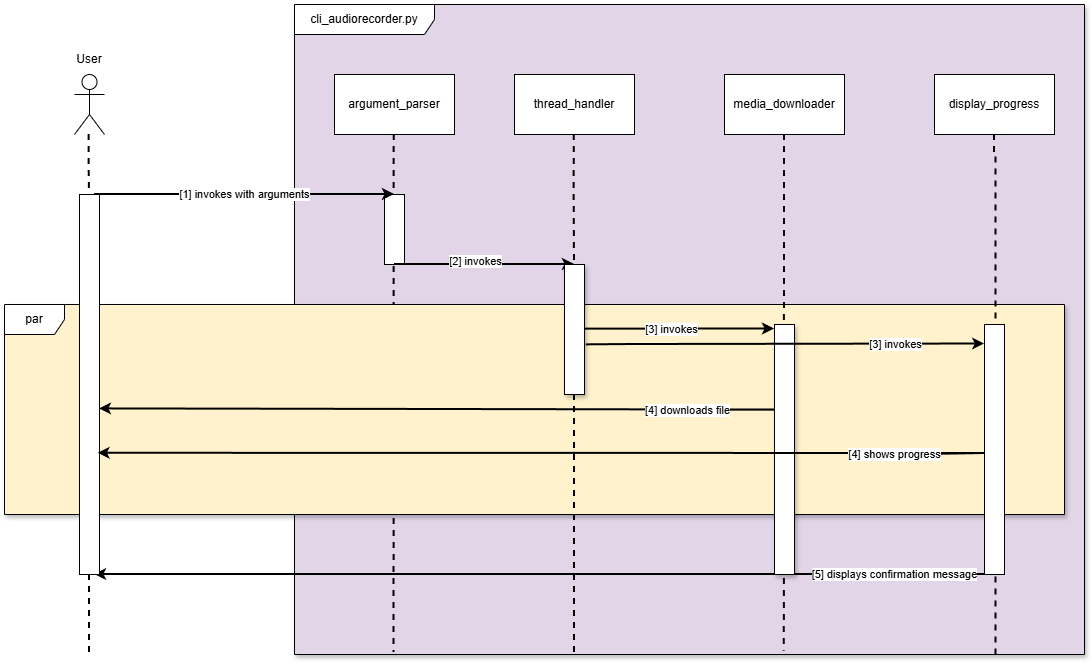
This is Sequenzdiagramm.drawio.png from maikgerdes/file-downloader, a draw.io export, as it was before one commit. Source tidied: cells renumbered, new cells last; positions are measured from the earlier drawing's top-left corner, leaving out a move shared by most shapes.
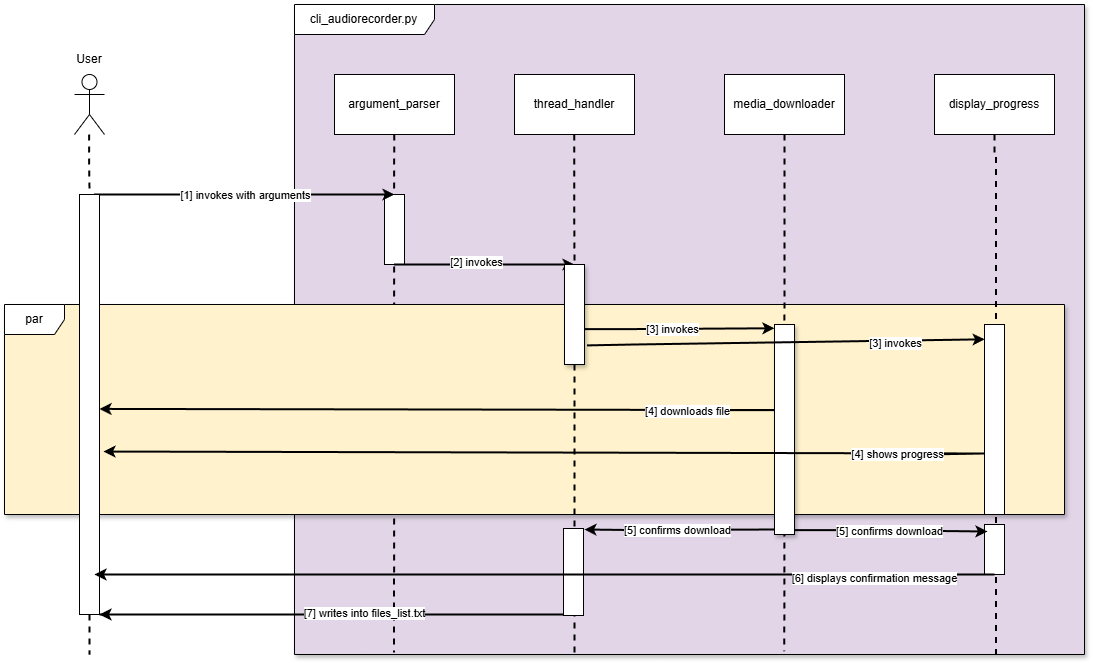
The same diagram one commit later.

Commit message:
Features hinzugefügt: - relativer Dateipfad kann zusätzlich als Option im Parser eingegeben werden - Nach erfolgreichem Download wird der Filepath + Timestamp in files_list.txt geschrieben

Diff of the diagram source:
```diff
@@ -73,20 +73,6 @@
         <mxPoint x="207" as="offset" />
       </mxGeometry>
     </mxCell>
-    <mxCell id="19" style="endArrow=classic;html=1;rounded=0;strokeWidth=2;" parent="1" edge="1">
-      <mxGeometry relative="1" as="geometry">
-        <mxPoint x="510" y="570" as="sourcePoint" />
-        <mxPoint x="90" y="570" as="targetPoint" />
-        <Array as="points">
-          <mxPoint x="990" y="570" />
-        </Array>
-      </mxGeometry>
-    </mxCell>
-    <mxCell id="20" value="[5] displays confirmation message" style="edgeLabel;html=1;align=center;verticalAlign=middle;" parent="19" vertex="1">
-      <mxGeometry x="-0.07" y="1" relative="1" as="geometry">
-        <mxPoint x="64" y="-1" as="offset" />
-      </mxGeometry>
-    </mxCell>
     <mxCell id="21" style="endArrow=classic;html=1;rounded=0;strokeWidth=2;" parent="1" edge="1">
       <mxGeometry relative="1" as="geometry">
         <mxPoint x="90" y="190" as="sourcePoint" />
@@ -101,8 +87,9 @@
         <mxPoint x="10" y="1" as="offset" />
       </mxGeometry>
     </mxCell>
-    <mxCell id="23" style="edgeStyle=orthogonalEdgeStyle;rounded=0;jettySize=auto;html=1;strokeWidth=2;dashed=1;endArrow=none;endFill=0;" parent="1" edge="1" source="29">
+    <mxCell id="23" style="edgeStyle=orthogonalEdgeStyle;rounded=0;orthogonalLoop=1;jettySize=auto;html=1;strokeWidth=2;dashed=1;endArrow=none;endFill=0;" parent="1" edge="1">
       <mxGeometry relative="1" as="geometry">
+        <mxPoint x="570" y="570" as="sourcePoint" />
         <mxPoint x="570" y="650" as="targetPoint" />
       </mxGeometry>
     </mxCell>
@@ -120,7 +107,7 @@
       </mxGeometry>
     </mxCell>
     <mxCell id="27" style="rounded=0;whiteSpace=wrap;html=1;" parent="1" vertex="1">
-      <mxGeometry x="75" y="190" width="20" height="380" as="geometry" />
+      <mxGeometry x="75" y="190" width="20" height="420" as="geometry" />
     </mxCell>
     <mxCell id="28" style="edgeStyle=orthogonalEdgeStyle;rounded=0;jettySize=auto;html=1;strokeWidth=2;dashed=1;endArrow=none;endFill=0;" parent="1" edge="1" target="29">
       <mxGeometry relative="1" as="geometry">
@@ -128,15 +115,12 @@
       </mxGeometry>
     </mxCell>
     <mxCell id="29" style="rounded=0;whiteSpace=wrap;html=1;shadow=1;" parent="1" vertex="1">
-      <mxGeometry x="560" y="260" width="20" height="130" as="geometry" />
+      <mxGeometry x="560" y="260" width="20" height="100" as="geometry" />
     </mxCell>
     <mxCell id="30" style="rounded=0;whiteSpace=wrap;html=1;shadow=1;" parent="1" vertex="1">
-      <mxGeometry x="770" y="320" width="20" height="250" as="geometry" />
+      <mxGeometry x="770" y="320" width="20" height="210" as="geometry" />
     </mxCell>
-    <mxCell id="31" style="rounded=0;whiteSpace=wrap;html=1;" parent="1" vertex="1">
-      <mxGeometry x="980" y="330" width="20" height="240" as="geometry" />
-    </mxCell>
-    <mxCell id="32" style="endArrow=classic;html=1;rounded=0;entryX=0.925;entryY=0.681;entryDx=0;entryDy=0;entryPerimeter=0;strokeWidth=2;" parent="1" edge="1" target="27">
+    <mxCell id="32" style="endArrow=classic;html=1;rounded=0;entryX=1.2;entryY=0.612;entryDx=0;entryDy=0;entryPerimeter=0;strokeWidth=2;" parent="1" edge="1" target="27">
       <mxGeometry relative="1" as="geometry">
         <mxPoint x="920" y="450" as="sourcePoint" />
         <Array as="points">
@@ -153,9 +137,9 @@
       <mxGeometry x="55" y="40" width="60" height="30" as="geometry" />
     </mxCell>
     <mxCell id="35" style="rounded=0;whiteSpace=wrap;html=1;" parent="1" vertex="1">
-      <mxGeometry x="980" y="320" width="20" height="250" as="geometry" />
+      <mxGeometry x="980" y="320" width="20" height="190" as="geometry" />
     </mxCell>
-    <mxCell id="36" style="endArrow=classic;html=1;rounded=0;entryX=0.008;entryY=0.078;entryDx=0;entryDy=0;entryPerimeter=0;strokeWidth=2;exitX=1.092;exitY=0.618;exitDx=0;exitDy=0;exitPerimeter=0;" parent="1" edge="1" source="29" target="35">
+    <mxCell id="36" style="endArrow=classic;html=1;rounded=0;entryX=0.008;entryY=0.078;entryDx=0;entryDy=0;entryPerimeter=0;strokeWidth=2;exitX=1.127;exitY=0.809;exitDx=0;exitDy=0;exitPerimeter=0;" parent="1" edge="1" source="29" target="35">
       <mxGeometry relative="1" as="geometry">
         <Array as="points">
           <mxPoint x="630" y="340" />
@@ -170,5 +154,77 @@
         <mxPoint x="115" y="1" as="offset" />
       </mxGeometry>
     </mxCell>
+    <mxCell id="39" style="edgeStyle=orthogonalEdgeStyle;rounded=0;jettySize=auto;html=1;strokeWidth=2;dashed=1;endArrow=none;endFill=0;" parent="1" edge="1" source="29">
+      <mxGeometry relative="1" as="geometry">
+        <mxPoint x="570" y="570" as="targetPoint" />
+      </mxGeometry>
+    </mxCell>
+    <mxCell id="40" style="endArrow=classic;html=1;rounded=0;strokeWidth=2;" parent="1" edge="1">
+      <mxGeometry relative="1" as="geometry">
+        <mxPoint x="95" y="610" as="sourcePoint" />
+        <mxPoint x="95" y="610" as="targetPoint" />
+        <Array as="points">
+          <mxPoint x="575" y="610" />
+        </Array>
+      </mxGeometry>
+    </mxCell>
+    <mxCell id="41" value="[7] writes into files_list.txt" style="edgeLabel;html=1;align=center;verticalAlign=middle;" parent="40" vertex="1">
+      <mxGeometry x="-0.07" y="1" relative="1" as="geometry">
+        <mxPoint x="-183" y="-1" as="offset" />
+      </mxGeometry>
+    </mxCell>
+    <mxCell id="42" style="rounded=0;whiteSpace=wrap;html=1;rotation=90;" parent="1" vertex="1">
+      <mxGeometry x="965" y="535" width="50" height="20" as="geometry" />
+    </mxCell>
+    <mxCell id="43" style="endArrow=classic;html=1;rounded=0;entryX=0.14;entryY=0.85;entryDx=0;entryDy=0;entryPerimeter=0;strokeWidth=2;" parent="1" edge="1" target="42">
+      <mxGeometry relative="1" as="geometry">
+        <mxPoint x="790" y="525.6" as="sourcePoint" />
+        <Array as="points">
+          <mxPoint x="850" y="525.6" />
+        </Array>
+      </mxGeometry>
+    </mxCell>
+    <mxCell id="44" value="&lt;span style=&quot;color: rgba(0, 0, 0, 0); font-family: monospace; font-size: 0px; text-align: start; background-color: rgb(236, 236, 236);&quot;&gt;%3CmxGraphModel%3E%3Croot%3E%3CmxCell%20id%3D%220%22%2F%3E%3CmxCell%20id%3D%221%22%20parent%3D%220%22%2F%3E%3CmxCell%20id%3D%222%22%20parent%3D%221%22%20style%3D%22text%3Bhtml%3D1%3BwhiteSpace%3Dwrap%3BstrokeColor%3Dlight-dark(transparent%2C%2333FF99)%3BfillColor%3Dnone%3Balign%3Dcenter%3BverticalAlign%3Dmiddle%3Brounded%3D0%3B%22%20value%3D%22%26lt%3Bfont%20style%3D%26quot%3Bcolor%3A%20light-dark(rgb(0%2C%200%2C%200)%2C%20rgb(79%2C%20255%2C%20249))%3B%26quot%3B%26gt%3Binvokes%26lt%3B%2Ffont%26gt%3B%22%20vertex%3D%221%22%3E%3CmxGeometry%20height%3D%2230%22%20width%3D%2260%22%20x%3D%22320%22%20y%3D%22295%22%20as%3D%22geometry%22%2F%3E%3C%2FmxCell%3E%3C%2Froot%3E%3C%2FmxGraphModel%3E&lt;/span&gt;&lt;span style=&quot;color: rgba(0, 0, 0, 0); font-family: monospace; font-size: 0px; text-align: start; background-color: rgb(236, 236, 236);&quot;&gt;%3CmxGraphModel%3E%3Croot%3E%3CmxCell%20id%3D%220%22%2F%3E%3CmxCell%20id%3D%221%22%20parent%3D%220%22%2F%3E%3CmxCell%20id%3D%222%22%20parent%3D%221%22%20style%3D%22text%3Bhtml%3D1%3BwhiteSpace%3Dwrap%3BstrokeColor%3Dlight-dark(transparent%2C%2333FF99)%3BfillColor%3Dnone%3Balign%3Dcenter%3BverticalAlign%3Dmiddle%3Brounded%3D0%3B%22%20value%3D%22%26lt%3Bfont%20style%3D%26quot%3Bcolor%3A%20light-dark(rgb(0%2C%200%2C%200)%2C%20rgb(79%2C%20255%2C%20249))%3B%26quot%3B%26gt%3Binvokes%26lt%3B%2Ffont%26gt%3B%22%20vertex%3D%221%22%3E%3CmxGeometry%20height%3D%2230%22%20width%3D%2260%22%20x%3D%22320%22%20y%3D%22295%22%20as%3D%22geometry%22%2F%3E%3C%2FmxCell%3E%3C%2Froot%3E%3C%2FmxGraphModel%3Ein&lt;/span&gt;" style="edgeLabel;html=1;align=center;verticalAlign=middle;" parent="43" vertex="1">
+      <mxGeometry x="-0.01" y="-1" relative="1" as="geometry" />
+    </mxCell>
+    <mxCell id="45" value="[5] confirms download" style="edgeLabel;html=1;align=center;verticalAlign=middle;" parent="43" vertex="1">
+      <mxGeometry x="-0.03" y="1" relative="1" as="geometry">
+        <mxPoint y="1" as="offset" />
+      </mxGeometry>
+    </mxCell>
+    <mxCell id="46" style="endArrow=none;html=1;rounded=0;entryX=0;entryY=0.018;entryDx=0;entryDy=0;entryPerimeter=0;strokeWidth=2;endFill=0;startArrow=classic;startFill=1;" parent="1" edge="1">
+      <mxGeometry relative="1" as="geometry">
+        <mxPoint x="580" y="525" as="sourcePoint" />
+        <mxPoint x="770" y="525" as="targetPoint" />
+        <Array as="points">
+          <mxPoint x="630" y="525.6" />
+        </Array>
+      </mxGeometry>
+    </mxCell>
+    <mxCell id="47" value="&lt;span style=&quot;color: rgba(0, 0, 0, 0); font-family: monospace; font-size: 0px; text-align: start; background-color: rgb(236, 236, 236);&quot;&gt;%3CmxGraphModel%3E%3Croot%3E%3CmxCell%20id%3D%220%22%2F%3E%3CmxCell%20id%3D%221%22%20parent%3D%220%22%2F%3E%3CmxCell%20id%3D%222%22%20parent%3D%221%22%20style%3D%22text%3Bhtml%3D1%3BwhiteSpace%3Dwrap%3BstrokeColor%3Dlight-dark(transparent%2C%2333FF99)%3BfillColor%3Dnone%3Balign%3Dcenter%3BverticalAlign%3Dmiddle%3Brounded%3D0%3B%22%20value%3D%22%26lt%3Bfont%20style%3D%26quot%3Bcolor%3A%20light-dark(rgb(0%2C%200%2C%200)%2C%20rgb(79%2C%20255%2C%20249))%3B%26quot%3B%26gt%3Binvokes%26lt%3B%2Ffont%26gt%3B%22%20vertex%3D%221%22%3E%3CmxGeometry%20height%3D%2230%22%20width%3D%2260%22%20x%3D%22320%22%20y%3D%22295%22%20as%3D%22geometry%22%2F%3E%3C%2FmxCell%3E%3C%2Froot%3E%3C%2FmxGraphModel%3E&lt;/span&gt;&lt;span style=&quot;color: rgba(0, 0, 0, 0); font-family: monospace; font-size: 0px; text-align: start; background-color: rgb(236, 236, 236);&quot;&gt;%3CmxGraphModel%3E%3Croot%3E%3CmxCell%20id%3D%220%22%2F%3E%3CmxCell%20id%3D%221%22%20parent%3D%220%22%2F%3E%3CmxCell%20id%3D%222%22%20parent%3D%221%22%20style%3D%22text%3Bhtml%3D1%3BwhiteSpace%3Dwrap%3BstrokeColor%3Dlight-dark(transparent%2C%2333FF99)%3BfillColor%3Dnone%3Balign%3Dcenter%3BverticalAlign%3Dmiddle%3Brounded%3D0%3B%22%20value%3D%22%26lt%3Bfont%20style%3D%26quot%3Bcolor%3A%20light-dark(rgb(0%2C%200%2C%200)%2C%20rgb(79%2C%20255%2C%20249))%3B%26quot%3B%26gt%3Binvokes%26lt%3B%2Ffont%26gt%3B%22%20vertex%3D%221%22%3E%3CmxGeometry%20height%3D%2230%22%20width%3D%2260%22%20x%3D%22320%22%20y%3D%22295%22%20as%3D%22geometry%22%2F%3E%3C%2FmxCell%3E%3C%2Froot%3E%3C%2FmxGraphModel%3Ein&lt;/span&gt;" style="edgeLabel;html=1;align=center;verticalAlign=middle;" parent="46" vertex="1">
+      <mxGeometry x="-0.01" y="-1" relative="1" as="geometry" />
+    </mxCell>
+    <mxCell id="48" value="[5] confirms download" style="edgeLabel;html=1;align=center;verticalAlign=middle;" parent="46" vertex="1">
+      <mxGeometry x="-0.03" y="1" relative="1" as="geometry">
+        <mxPoint y="1" as="offset" />
+      </mxGeometry>
+    </mxCell>
+    <mxCell id="49" style="rounded=0;whiteSpace=wrap;html=1;rotation=90;" parent="1" vertex="1">
+      <mxGeometry x="525.5" y="557.5" width="87" height="20" as="geometry" />
+    </mxCell>
+    <mxCell id="19" style="endArrow=classic;html=1;rounded=0;strokeWidth=2;" parent="1" edge="1">
+      <mxGeometry relative="1" as="geometry">
+        <mxPoint x="510" y="570" as="sourcePoint" />
+        <mxPoint x="90" y="570" as="targetPoint" />
+        <Array as="points">
+          <mxPoint x="990" y="570" />
+        </Array>
+      </mxGeometry>
+    </mxCell>
+    <mxCell id="20" value="[6] displays confirmation message" style="edgeLabel;html=1;align=center;verticalAlign=middle;" parent="19" vertex="1">
+      <mxGeometry x="-0.07" y="1" relative="1" as="geometry">
+        <mxPoint x="44" y="2" as="offset" />
+      </mxGeometry>
+    </mxCell>
   </root>
 </mxGraphModel>
```
